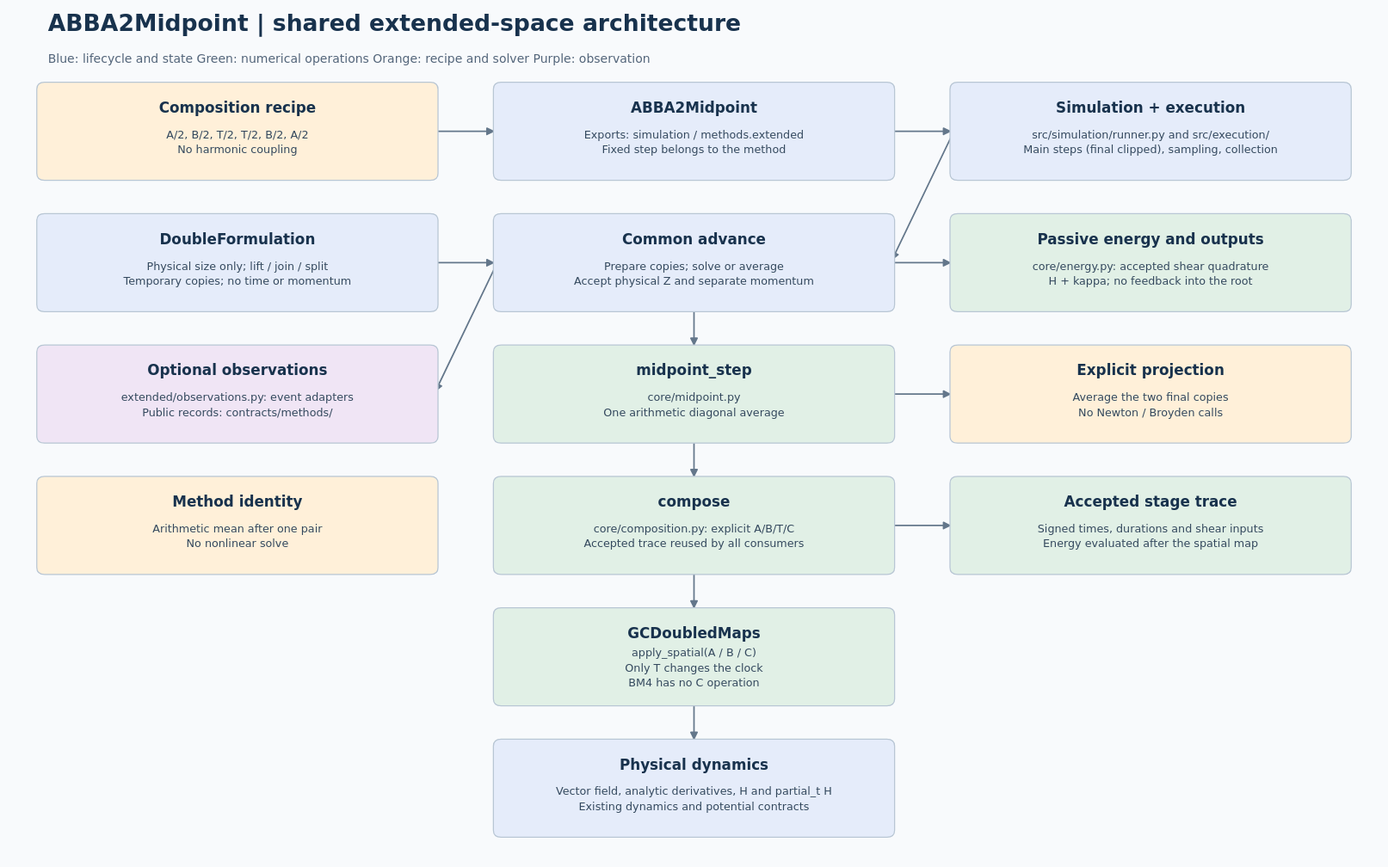
Earlier version of the PlantUML export docs/models/abba2-midpoint/simulation/abba2-midpoint-simulation-architecture.svg (Jugibe-52/GC2D_intranet). Its source is kept beside it as docs/models/abba2-midpoint/simulation/abba2-midpoint-simulation-architecture.puml.
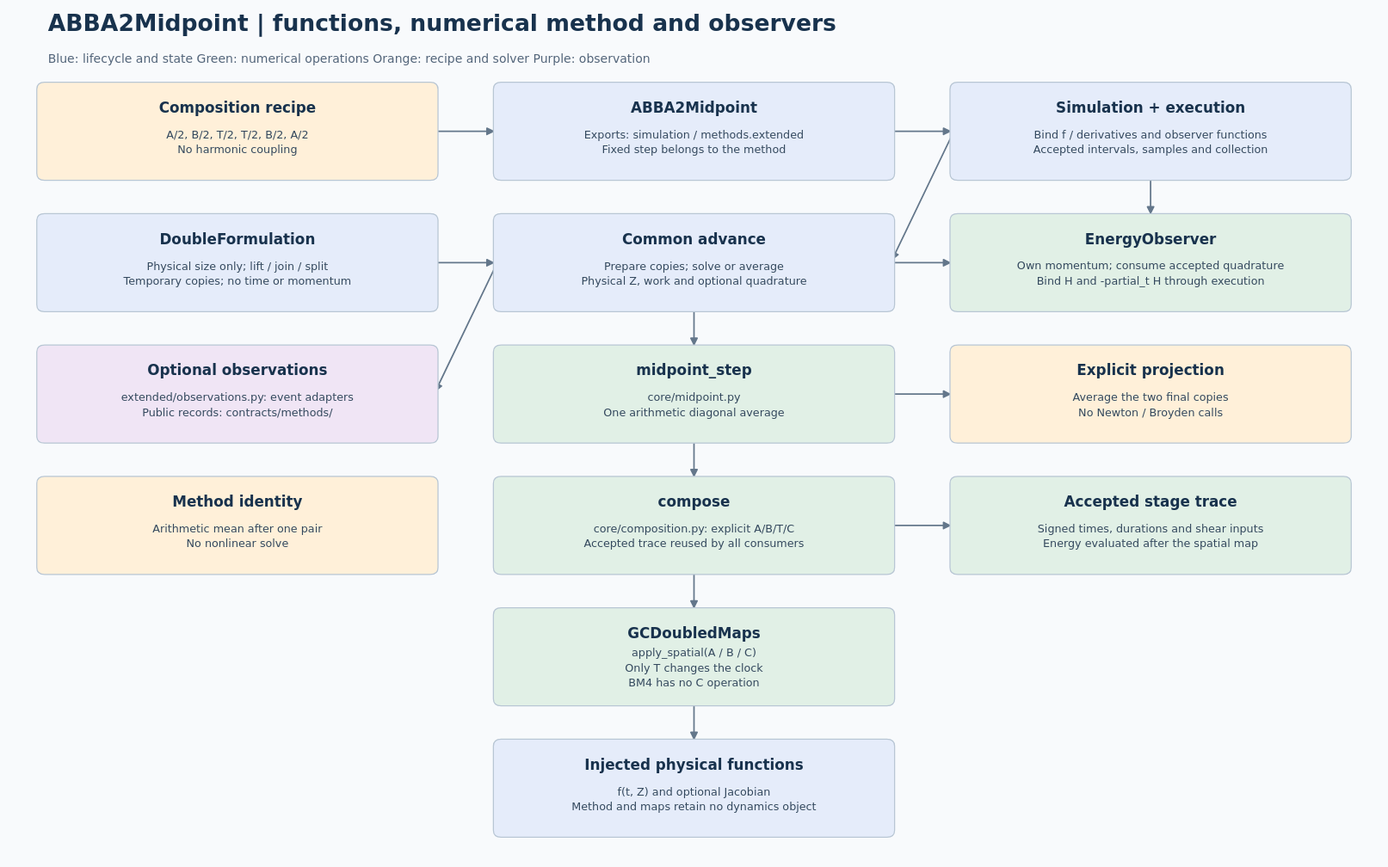
The same diagram one commit later.

Diff of the diagram source:
```diff
@@ -4,10 +4,10 @@
   node [shape=box, style="rounded,filled", fontname="DejaVu Sans"];
   recipe [label="Composition recipe\nA/2, B/2, T/2, T/2, B/2, A/2\nNo harmonic coupling", fillcolor="#fff0d9"];
   method [label="ABBA2Midpoint\nExports: simulation / methods.extended\nFixed step belongs to the method", fillcolor="#e5ecfa"];
-  driver [label="Simulation + execution\nsrc/simulation/runner.py and src/execution/\nMain steps (final clipped), sampling, collection", fillcolor="#e5ecfa"];
+  driver [label="Simulation + execution\nBind f / derivatives and observer functions\nAccepted intervals, samples and collection", fillcolor="#e5ecfa"];
   state [label="DoubleFormulation\nPhysical size only; lift / join / split\nTemporary copies; no time or momentum", fillcolor="#e5ecfa"];
-  advance [label="Common advance\nPrepare copies; solve or average\nAccept physical Z and separate momentum", fillcolor="#e5ecfa"];
-  energy [label="Passive energy and outputs\ncore/energy.py: accepted shear quadrature\nH + kappa; no feedback into the root", fillcolor="#e1f0e6"];
+  advance [label="Common advance\nPrepare copies; solve or average\nPhysical Z, work and optional quadrature", fillcolor="#e5ecfa"];
+  energy [label="EnergyObserver\nOwn momentum; consume accepted quadrature\nBind H and -partial_t H through execution", fillcolor="#e1f0e6"];
   observe [label="Optional observations\nextended/observations.py: event adapters\nPublic records: contracts/methods/", fillcolor="#f0e5f5"];
   projection [label="midpoint_step\ncore/midpoint.py\nOne arithmetic diagonal average", fillcolor="#e1f0e6"];
   solver [label="Explicit projection\nAverage the two final copies\nNo Newton / Broyden calls", fillcolor="#fff0d9"];
@@ -15,12 +15,13 @@
   compose [label="compose\ncore/composition.py: explicit A/B/T/C\nAccepted trace reused by all consumers", fillcolor="#e1f0e6"];
   tangent [label="Accepted stage trace\nSigned times, durations and shear inputs\nEnergy evaluated after the spatial map", fillcolor="#e1f0e6"];
   maps [label="GCDoubledMaps\napply_spatial(A / B / C)\nOnly T changes the clock\nBM4 has no C operation", fillcolor="#e1f0e6"];
-  dynamics [label="Physical dynamics\nVector field, analytic derivatives, H and partial_t H\nExisting dynamics and potential contracts", fillcolor="#e5ecfa"];
+  dynamics [label="Injected physical functions\nf(t, Z) and optional Jacobian\nMethod and maps retain no dynamics object", fillcolor="#e5ecfa"];
   recipe -> method;
   method -> driver;
   driver -> advance;
   state -> advance;
   advance -> projection;
+  driver -> energy;
   advance -> energy;
   advance -> observe;
   projection -> compose;
```
